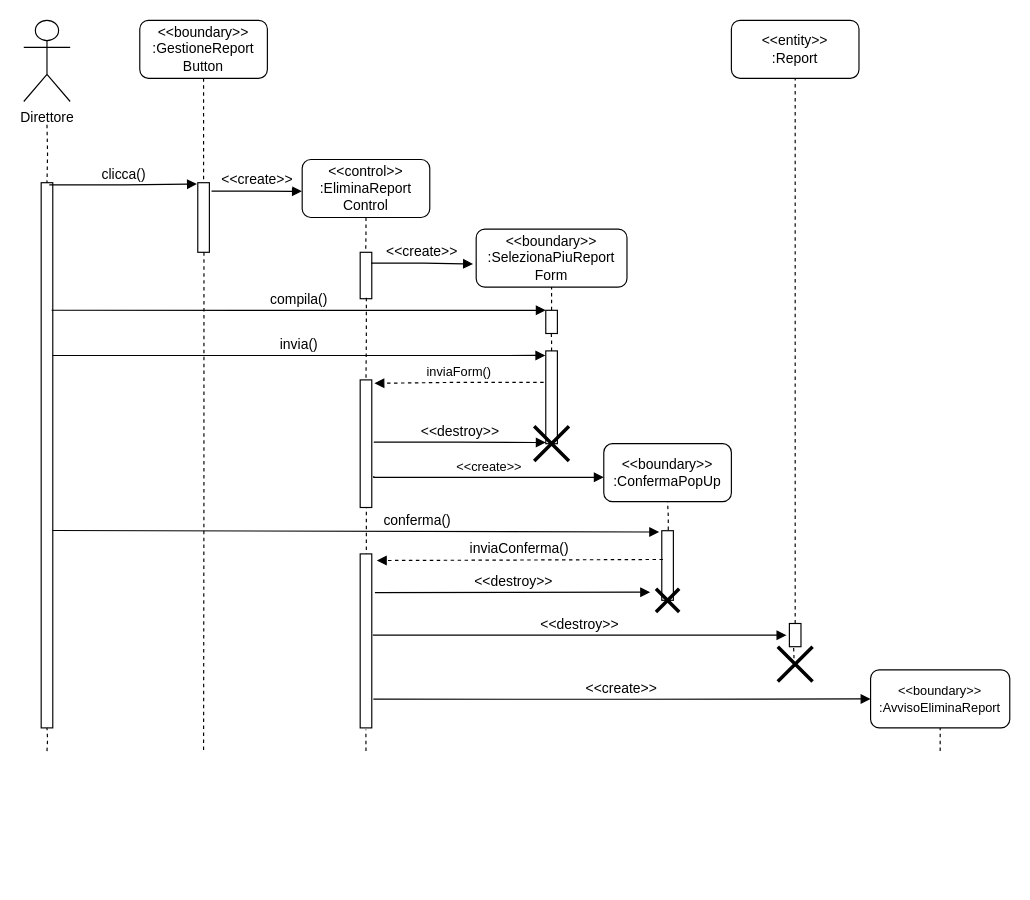
This is Documentazione/Resources/Sequence Diagram/Cancella Report/Sequence Diagram DeleteReport.drawio from Alberto-00/EasyPass, a draw.io file, before an edit. Source tidied: cells renumbered, new cells numbered last; positions are measured from the earlier drawing's top-left corner, leaving out a move shared by most shapes. Both pictures are drawn from the tidied source at 116%, with x=0, y=0 at pixel (23, 20).
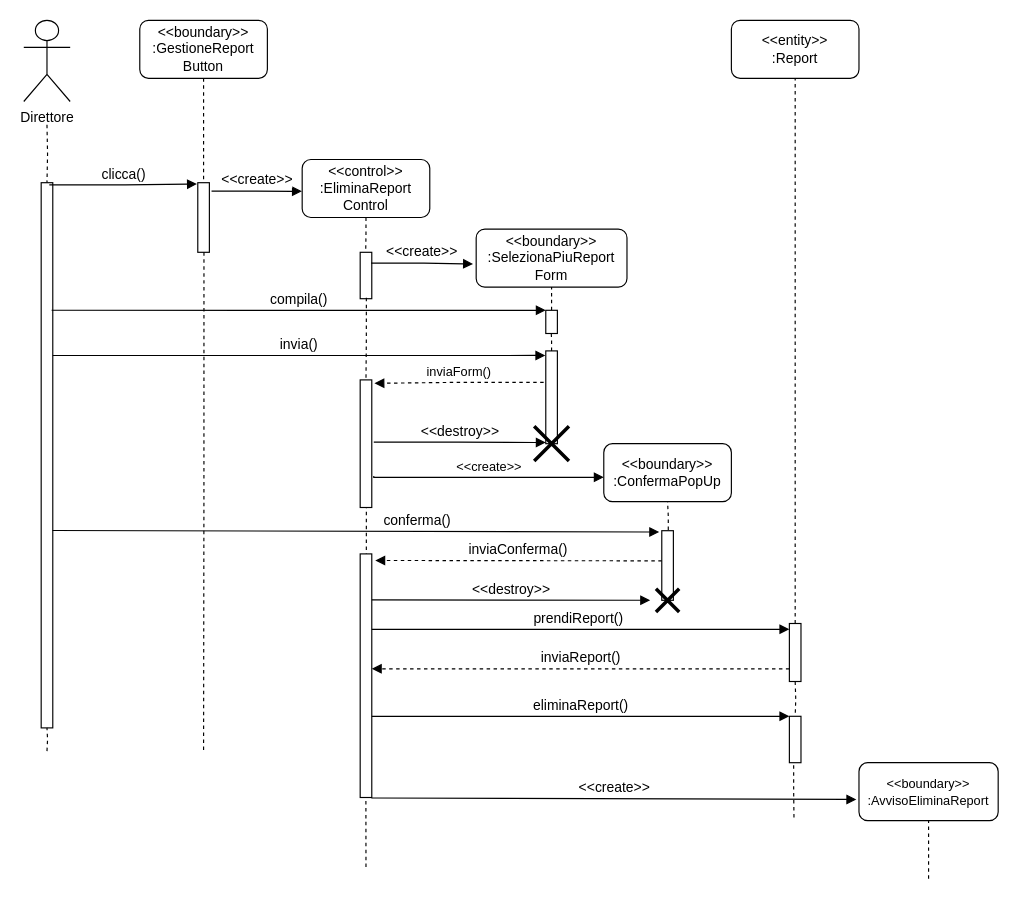
Above is the later version.

The edit, as a diff of the source:
```diff
@@
     <mxCell id="30" style="html=1;points=[];perimeter=orthogonalPerimeter;" parent="1" vertex="1">
-      <mxGeometry x="660" y="520" width="10" height="20" as="geometry" />
+      <mxGeometry x="660" y="520" width="10" height="50" as="geometry" />
     </mxCell>
@@
-    <mxCell id="36" value="&lt;font style=&quot;font-size: 12px&quot;&gt;inviaConferma()&lt;/font&gt;" style="html=1;verticalAlign=bottom;endArrow=block;rounded=0;edgeStyle=orthogonalEdgeStyle;entryX=1.433;entryY=0.038;entryDx=0;entryDy=0;entryPerimeter=0;dashed=1;" parent="1" edge="1" target="47">
+    <mxCell id="36" value="&lt;font style=&quot;font-size: 12px&quot;&gt;inviaConferma()&lt;/font&gt;" style="html=1;verticalAlign=bottom;endArrow=block;rounded=0;entryX=1.3;entryY=0.027;entryDx=0;entryDy=0;entryPerimeter=0;dashed=1;" parent="1" edge="1" target="47">
       <mxGeometry relative="1" as="geometry">
-        <mxPoint x="551" y="464.8" as="sourcePoint" />
+        <mxPoint x="550" y="466" as="sourcePoint" />
       </mxGeometry>
     </mxCell>
-    <mxCell id="37" value="&lt;font style=&quot;font-size: 12px&quot;&gt;&amp;lt;&amp;lt;destroy&amp;gt;&amp;gt;&lt;/font&gt;" style="html=1;verticalAlign=bottom;endArrow=block;rounded=0;edgeStyle=orthogonalEdgeStyle;exitX=1.271;exitY=0.223;exitDx=0;exitDy=0;exitPerimeter=0;" parent="1" edge="1" source="47">
+    <mxCell id="37" value="&lt;font style=&quot;font-size: 12px&quot;&gt;&amp;lt;&amp;lt;destroy&amp;gt;&amp;gt;&lt;/font&gt;" style="html=1;verticalAlign=bottom;endArrow=block;rounded=0;exitX=0.9;exitY=0.189;exitDx=0;exitDy=0;exitPerimeter=0;" parent="1" edge="1" source="47">
       <mxGeometry relative="1" as="geometry">
-        <mxPoint x="540" y="493" as="targetPoint" />
+        <mxPoint x="540" y="500" as="targetPoint" />
       </mxGeometry>
     </mxCell>
@@
-    <mxCell id="40" value="&lt;font style=&quot;font-size: 12px&quot;&gt;&amp;lt;&amp;lt;destroy&amp;gt;&amp;gt;&lt;/font&gt;" style="html=1;verticalAlign=bottom;endArrow=block;rounded=0;edgeStyle=orthogonalEdgeStyle;entryX=-0.252;entryY=0.503;entryDx=0;entryDy=0;entryPerimeter=0;exitX=1.089;exitY=0.467;exitDx=0;exitDy=0;exitPerimeter=0;" parent="1" edge="1" source="47" target="30">
-      <mxGeometry relative="1" as="geometry" />
+    <mxCell id="40" value="&lt;font style=&quot;font-size: 12px&quot;&gt;prendiReport()&lt;/font&gt;" style="html=1;verticalAlign=bottom;endArrow=block;rounded=0;" parent="1" edge="1">
+      <mxGeometry relative="1" as="geometry">
+        <mxPoint x="295" y="525" as="sourcePoint" />
+        <mxPoint x="660" y="525" as="targetPoint" />
+      </mxGeometry>
     </mxCell>
-    <mxCell id="41" style="endArrow=none;dashed=1;html=1;rounded=0;edgeStyle=orthogonalEdgeStyle;exitX=0.369;exitY=1.055;exitDx=0;exitDy=0;exitPerimeter=0;" parent="1" edge="1" source="30">
+    <mxCell id="41" style="endArrow=none;dashed=1;html=1;rounded=0;edgeStyle=orthogonalEdgeStyle;exitX=0.369;exitY=1.055;exitDx=0;exitDy=0;exitPerimeter=0;startArrow=none;" parent="1" edge="1" source="50">
       <mxGeometry relative="1" as="geometry">
-        <mxPoint x="664" y="550" as="targetPoint" />
+        <mxPoint x="664" y="690" as="targetPoint" />
       </mxGeometry>
     </mxCell>
-    <mxCell id="42" style="shape=umlDestroy;whiteSpace=wrap;html=1;strokeWidth=3;" parent="1" vertex="1">
-      <mxGeometry x="650" y="540" width="30" height="30" as="geometry" />
-    </mxCell>
-    <mxCell id="43" value="&lt;font style=&quot;font-size: 12px&quot;&gt;&amp;lt;&amp;lt;create&amp;gt;&amp;gt;&lt;/font&gt;" style="html=1;verticalAlign=bottom;endArrow=block;rounded=0;edgeStyle=orthogonalEdgeStyle;entryX=0;entryY=0.5;entryDx=0;entryDy=0;exitX=1.134;exitY=0.835;exitDx=0;exitDy=0;exitPerimeter=0;" parent="1" edge="1" source="47" target="44">
+    <mxCell id="43" value="&lt;font style=&quot;font-size: 12px&quot;&gt;&amp;lt;&amp;lt;create&amp;gt;&amp;gt;&lt;/font&gt;" style="html=1;verticalAlign=bottom;endArrow=block;rounded=0;entryX=-0.019;entryY=0.633;entryDx=0;entryDy=0;exitX=0.967;exitY=1.002;exitDx=0;exitDy=0;exitPerimeter=0;entryPerimeter=0;" parent="1" edge="1" source="47" target="44">
       <mxGeometry relative="1" as="geometry" />
     </mxCell>
     <mxCell id="44" value="&lt;span style=&quot;font-size: 11px&quot;&gt;&amp;lt;&amp;lt;boundary&amp;gt;&amp;gt;&lt;br&gt;:AvvisoEliminaReport&lt;/span&gt;" style="rounded=1;whiteSpace=wrap;html=1;" parent="1" vertex="1">
-      <mxGeometry x="730" y="560" width="120" height="50" as="geometry" />
+      <mxGeometry x="720" y="640" width="120" height="50" as="geometry" />
     </mxCell>
@@
     <mxCell id="46" style="endArrow=none;dashed=1;html=1;rounded=0;entryX=0.5;entryY=1;entryDx=0;entryDy=0;" parent="1" edge="1" target="44">
       <mxGeometry relative="1" as="geometry">
-        <mxPoint x="790" y="630" as="sourcePoint" />
+        <mxPoint x="780" y="740" as="sourcePoint" />
       </mxGeometry>
     </mxCell>
     <mxCell id="47" style="html=1;points=[];perimeter=orthogonalPerimeter;" parent="1" vertex="1">
-      <mxGeometry x="290" y="460" width="10" height="150" as="geometry" />
+      <mxGeometry x="290" y="460" width="10" height="210" as="geometry" />
     </mxCell>
     <mxCell id="48" style="endArrow=none;dashed=1;html=1;rounded=0;entryX=0.493;entryY=1.009;entryDx=0;entryDy=0;entryPerimeter=0;" parent="1" edge="1" target="47">
       <mxGeometry relative="1" as="geometry">
-        <mxPoint x="295" y="630" as="sourcePoint" />
+        <mxPoint x="295" y="730" as="sourcePoint" />
       </mxGeometry>
     </mxCell>
+    <mxCell id="49" value="&lt;font style=&quot;font-size: 12px&quot;&gt;inviaReport()&lt;/font&gt;" style="html=1;verticalAlign=bottom;endArrow=block;rounded=0;dashed=1;" parent="1" edge="1" target="47">
+      <mxGeometry relative="1" as="geometry">
+        <mxPoint x="660" y="559.1" as="sourcePoint" />
+      </mxGeometry>
+    </mxCell>
+    <mxCell id="50" style="html=1;points=[];perimeter=orthogonalPerimeter;" parent="1" vertex="1">
+      <mxGeometry x="660" y="600" width="10" height="40" as="geometry" />
+    </mxCell>
+    <mxCell id="51" style="endArrow=none;dashed=1;html=1;rounded=0;edgeStyle=orthogonalEdgeStyle;" parent="1" edge="1" target="50">
+      <mxGeometry relative="1" as="geometry">
+        <mxPoint x="665" y="570" as="sourcePoint" />
+      </mxGeometry>
+    </mxCell>
+    <mxCell id="52" value="&lt;font style=&quot;font-size: 12px&quot;&gt;eliminaReport()&lt;/font&gt;" style="html=1;verticalAlign=bottom;endArrow=block;rounded=0;" parent="1" edge="1">
+      <mxGeometry relative="1" as="geometry">
+        <mxPoint x="300" y="600" as="sourcePoint" />
+        <mxPoint x="660" y="600" as="targetPoint" />
+      </mxGeometry>
+    </mxCell>
```
